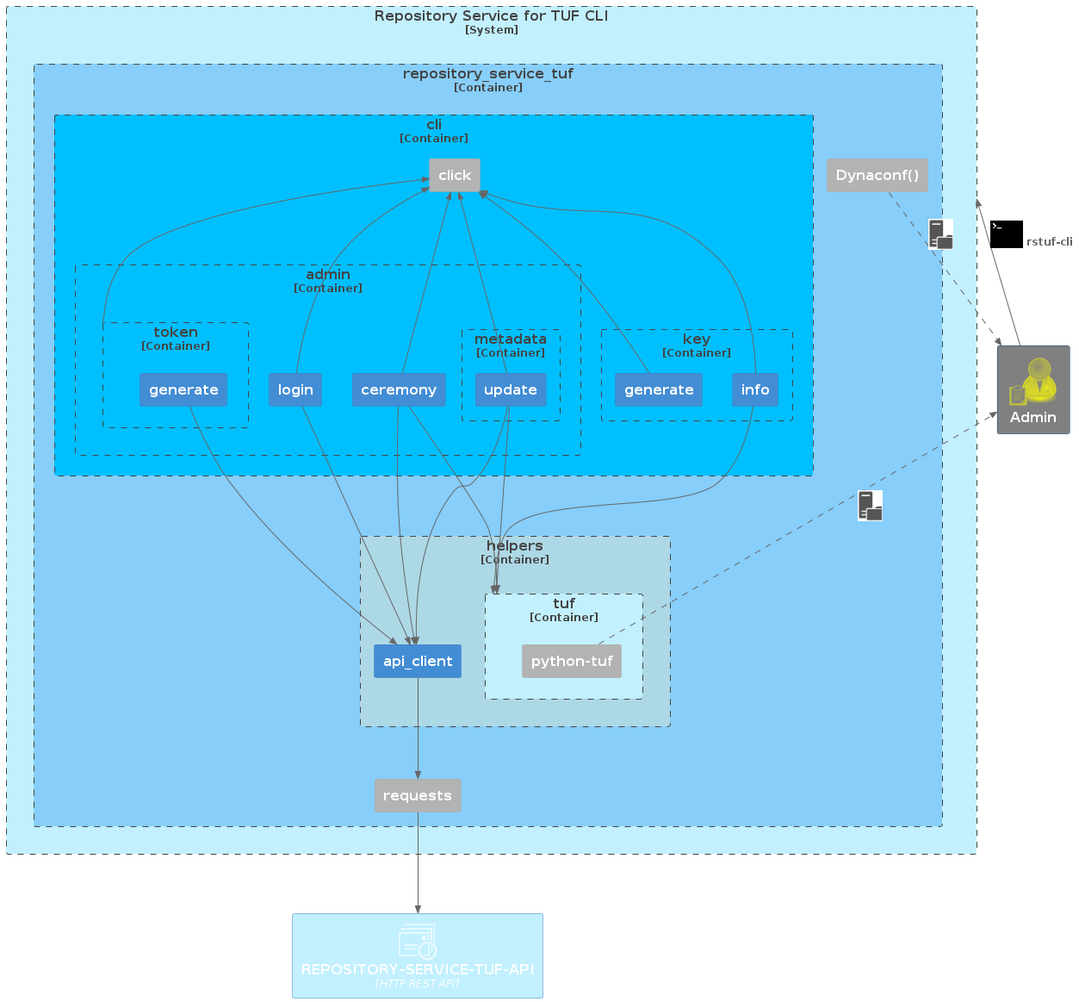
repository-service-tuf/repository-service-tuf keeps this PlantUML diagram as docs/source/_static/repository-service-tuf-cli-C3.png. Above is the earlier version.
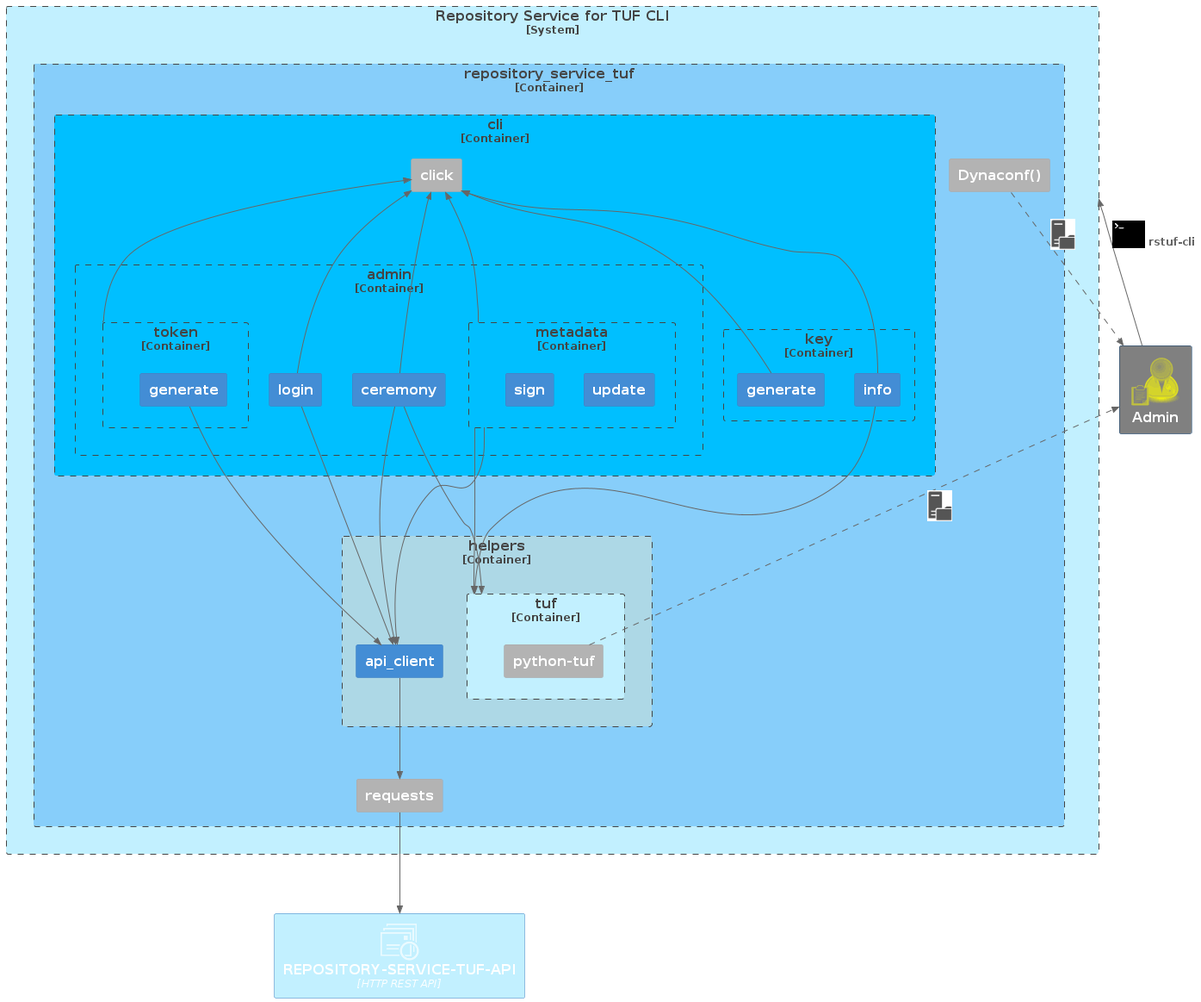
Later version of the same file.

Diff of the diagram source:
```diff
@@ -48,6 +48,8 @@
                 Container(ceremony, "ceremony")
                 Container_Boundary(metadata, "metadata"){
                     Container(update, "update")
+                    Container(sign, "sign")
+
                 }
                 Container(login, "login")
                 Container_Boundary(token, "token"){
@@ -77,8 +79,8 @@
 Rel(ceremony, tuf, " ")
 Rel(info, tuf, " ")
 Rel(ceremony, api_client, " ")
-Rel(update, tuf, " ")
-Rel(update, api_client, " ")
+Rel(metadata, tuf, " ")
+Rel(metadata, api_client, " ")
 Rel_R(generate, api_client, " ")
 Rel_L(token, click, " ")
 Rel(login, api_client, " ")
@@ -89,8 +91,7 @@
 Rel_U(key_generate, click, " ")
 Rel_U(info, click, " ")
 Rel_U(login, click, " ")
-Rel_U(update, click, " ")
-
+Rel_U(metadata, click, " ")
 Rel(requests, tuf_repository_service_api, " ")
 
 HIDE_STEREOTYPE()
```
